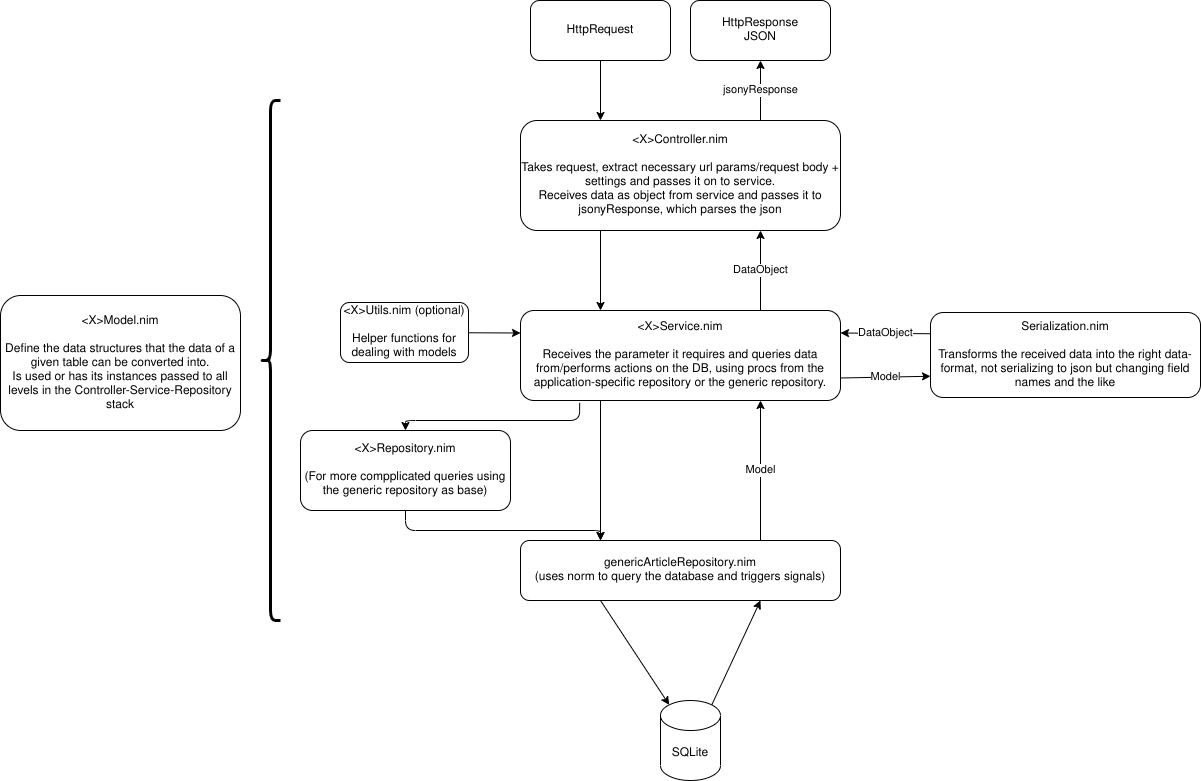
PhilippMDoerner/NimStoryFont keeps this draw.io diagram as architectureImages/generalRequestHandling.png. Above is the earlier version. Source tidied: cells renumbered, new cells last; positions are measured from the earlier drawing's top-left corner, leaving out a move shared by most shapes.
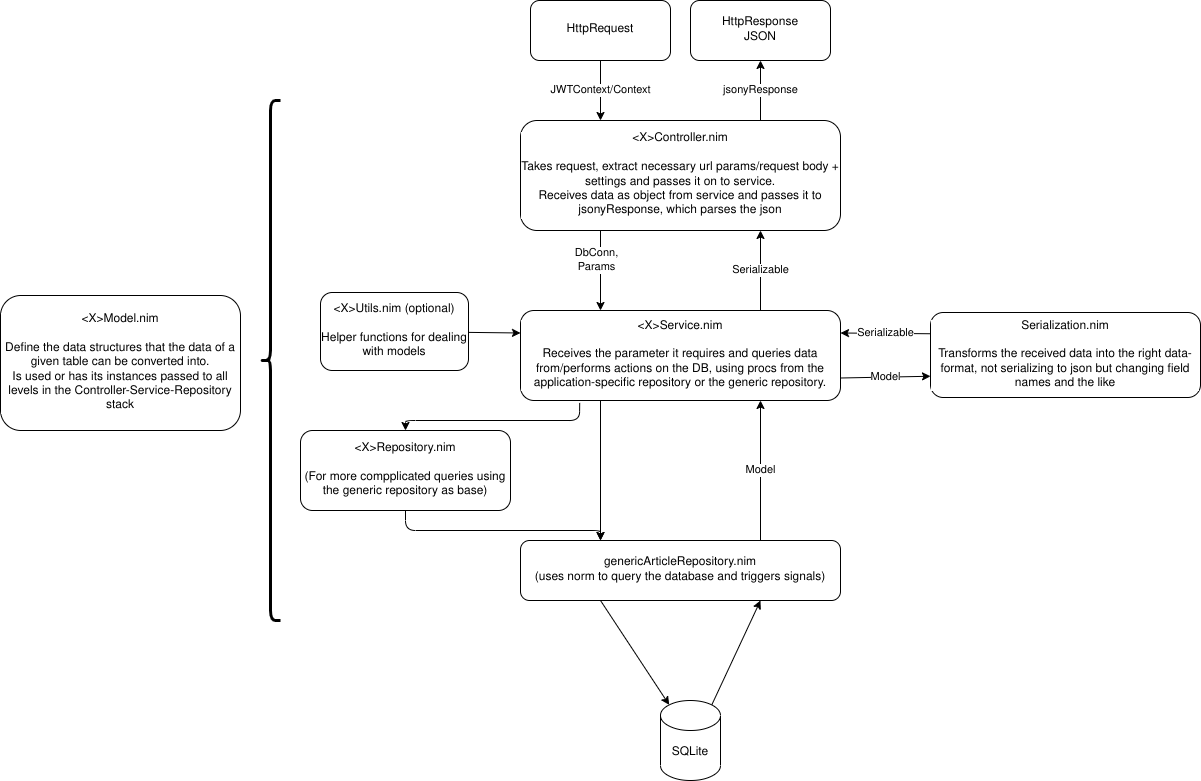
The same file after the commit.

Diff of the diagram source:
```diff
@@ -2,25 +2,28 @@
   <root>
     <mxCell id="0" />
     <mxCell id="1" parent="0" />
-    <mxCell id="2" style="edgeStyle=none;html=1;entryX=0.25;entryY=0;entryDx=0;entryDy=0;" parent="1" edge="1" source="3" target="7">
+    <mxCell id="2" value="JWTContext/Context" style="edgeStyle=none;html=1;entryX=0.25;entryY=0;entryDx=0;entryDy=0;labelBackgroundColor=default;" parent="1" edge="1" source="3" target="7">
       <mxGeometry relative="1" as="geometry" />
     </mxCell>
-    <mxCell id="3" value="HttpRequest" style="rounded=1;whiteSpace=wrap;html=1;" parent="1" vertex="1">
+    <mxCell id="3" value="HttpRequest" style="rounded=1;whiteSpace=wrap;html=1;labelBackgroundColor=default;" parent="1" vertex="1">
       <mxGeometry x="530" width="140" height="60" as="geometry" />
     </mxCell>
-    <mxCell id="4" value="HttpResponse&lt;br&gt;JSON" style="rounded=1;whiteSpace=wrap;html=1;" parent="1" vertex="1">
+    <mxCell id="4" value="HttpResponse&lt;br&gt;JSON" style="rounded=1;whiteSpace=wrap;html=1;labelBackgroundColor=default;" parent="1" vertex="1">
       <mxGeometry x="690" width="140" height="60" as="geometry" />
     </mxCell>
-    <mxCell id="5" value="jsonyResponse" style="edgeStyle=none;html=1;exitX=0.75;exitY=0;exitDx=0;exitDy=0;" parent="1" edge="1" source="7" target="4">
+    <mxCell id="5" value="jsonyResponse" style="edgeStyle=none;html=1;exitX=0.75;exitY=0;exitDx=0;exitDy=0;labelBackgroundColor=default;" parent="1" edge="1" source="7" target="4">
       <mxGeometry relative="1" as="geometry" />
     </mxCell>
-    <mxCell id="6" style="edgeStyle=none;html=1;exitX=0.25;exitY=1;exitDx=0;exitDy=0;entryX=0.25;entryY=0;entryDx=0;entryDy=0;" parent="1" edge="1" source="7" target="12">
+    <mxCell id="6" style="edgeStyle=none;html=1;exitX=0.25;exitY=1;exitDx=0;exitDy=0;entryX=0.25;entryY=0;entryDx=0;entryDy=0;labelBackgroundColor=default;" parent="1" edge="1" source="7" target="12">
       <mxGeometry relative="1" as="geometry" />
     </mxCell>
+    <mxCell id="26" value="DbConn,&lt;br&gt;Params" style="edgeLabel;html=1;align=center;verticalAlign=middle;labelBackgroundColor=default;" parent="6" vertex="1">
+      <mxGeometry x="-0.26" y="-4" relative="1" as="geometry" />
+    </mxCell>
-    <mxCell id="7" value="&amp;lt;X&amp;gt;Controller.nim&lt;br&gt;&lt;br&gt;Takes request, extract necessary url params/request body + settings and passes it on to service.&lt;br&gt;Receives data as object from service and passes it to jsonyResponse, which parses the json" style="rounded=1;whiteSpace=wrap;html=1;" parent="1" vertex="1">
+    <mxCell id="7" value="&amp;lt;X&amp;gt;Controller.nim&lt;br&gt;&lt;br&gt;Takes request, extract necessary url params/request body + settings and passes it on to service.&lt;br&gt;Receives data as object from service and passes it to jsonyResponse, which parses the json" style="rounded=1;whiteSpace=wrap;html=1;labelBackgroundColor=default;" parent="1" vertex="1">
       <mxGeometry x="520" y="120" width="320" height="110" as="geometry" />
     </mxCell>
-    <mxCell id="8" style="edgeStyle=none;html=1;exitX=0.185;exitY=1.027;exitDx=0;exitDy=0;entryX=0.5;entryY=0;entryDx=0;entryDy=0;exitPerimeter=0;" parent="1" edge="1" source="12" target="17">
+    <mxCell id="8" style="edgeStyle=none;html=1;exitX=0.185;exitY=1.027;exitDx=0;exitDy=0;entryX=0.5;entryY=0;entryDx=0;entryDy=0;exitPerimeter=0;labelBackgroundColor=default;" parent="1" edge="1" source="12" target="17">
       <mxGeometry relative="1" as="geometry">
         <Array as="points">
           <mxPoint x="579" y="420" />
@@ -28,30 +31,30 @@
         </Array>
       </mxGeometry>
     </mxCell>
-    <mxCell id="9" style="edgeStyle=none;html=1;exitX=0.25;exitY=1;exitDx=0;exitDy=0;" parent="1" edge="1" source="12">
+    <mxCell id="9" style="edgeStyle=none;html=1;exitX=0.25;exitY=1;exitDx=0;exitDy=0;labelBackgroundColor=default;" parent="1" edge="1" source="12">
       <mxGeometry relative="1" as="geometry">
         <mxPoint x="600" y="540" as="targetPoint" />
       </mxGeometry>
     </mxCell>
-    <mxCell id="10" value="DataObject" style="edgeStyle=none;html=1;exitX=0.75;exitY=0;exitDx=0;exitDy=0;entryX=0.75;entryY=1;entryDx=0;entryDy=0;" parent="1" edge="1" source="12" target="7">
+    <mxCell id="10" value="Serializable" style="edgeStyle=none;html=1;exitX=0.75;exitY=0;exitDx=0;exitDy=0;entryX=0.75;entryY=1;entryDx=0;entryDy=0;labelBackgroundColor=default;" parent="1" edge="1" source="12" target="7">
       <mxGeometry relative="1" as="geometry" />
     </mxCell>
-    <mxCell id="11" value="Model" style="edgeStyle=none;html=1;exitX=1;exitY=0.75;exitDx=0;exitDy=0;entryX=0;entryY=0.75;entryDx=0;entryDy=0;" parent="1" edge="1" source="12" target="25">
+    <mxCell id="11" value="Model" style="edgeStyle=none;html=1;exitX=1;exitY=0.75;exitDx=0;exitDy=0;entryX=0;entryY=0.75;entryDx=0;entryDy=0;labelBackgroundColor=default;" parent="1" edge="1" source="12" target="25">
       <mxGeometry relative="1" as="geometry" />
     </mxCell>
-    <mxCell id="12" value="&amp;lt;X&amp;gt;Service.nim&lt;br&gt;&lt;br&gt;Receives the parameter it requires and queries data from/performs actions on the DB, using procs from the application-specific repository or the generic repository." style="rounded=1;whiteSpace=wrap;html=1;" parent="1" vertex="1">
+    <mxCell id="12" value="&amp;lt;X&amp;gt;Service.nim&lt;br&gt;&lt;br&gt;Receives the parameter it requires and queries data from/performs actions on the DB, using procs from the application-specific repository or the generic repository." style="rounded=1;whiteSpace=wrap;html=1;labelBackgroundColor=default;" parent="1" vertex="1">
       <mxGeometry x="520" y="310" width="320" height="90" as="geometry" />
     </mxCell>
-    <mxCell id="13" value="Model" style="edgeStyle=none;html=1;exitX=0.75;exitY=0;exitDx=0;exitDy=0;entryX=0.75;entryY=1;entryDx=0;entryDy=0;" parent="1" edge="1" source="15" target="12">
+    <mxCell id="13" value="Model" style="edgeStyle=none;html=1;exitX=0.75;exitY=0;exitDx=0;exitDy=0;entryX=0.75;entryY=1;entryDx=0;entryDy=0;labelBackgroundColor=default;" parent="1" edge="1" source="15" target="12">
       <mxGeometry relative="1" as="geometry" />
     </mxCell>
-    <mxCell id="14" style="edgeStyle=none;html=1;exitX=0.25;exitY=1;exitDx=0;exitDy=0;entryX=0.145;entryY=0;entryDx=0;entryDy=4.35;entryPerimeter=0;" parent="1" edge="1" source="15" target="19">
+    <mxCell id="14" style="edgeStyle=none;html=1;exitX=0.25;exitY=1;exitDx=0;exitDy=0;entryX=0.145;entryY=0;entryDx=0;entryDy=4.35;entryPerimeter=0;labelBackgroundColor=default;" parent="1" edge="1" source="15" target="19">
       <mxGeometry relative="1" as="geometry" />
     </mxCell>
-    <mxCell id="15" value="genericArticleRepository.nim&lt;br&gt;(uses norm to query the database and triggers signals)" style="rounded=1;whiteSpace=wrap;html=1;" parent="1" vertex="1">
+    <mxCell id="15" value="genericArticleRepository.nim&lt;br&gt;(uses norm to query the database and triggers signals)" style="rounded=1;whiteSpace=wrap;html=1;labelBackgroundColor=default;" parent="1" vertex="1">
       <mxGeometry x="520" y="540" width="320" height="60" as="geometry" />
     </mxCell>
-    <mxCell id="16" style="edgeStyle=none;html=1;exitX=0.5;exitY=1;exitDx=0;exitDy=0;entryX=0.25;entryY=0;entryDx=0;entryDy=0;" parent="1" edge="1" source="17" target="15">
+    <mxCell id="16" style="edgeStyle=none;html=1;exitX=0.5;exitY=1;exitDx=0;exitDy=0;entryX=0.25;entryY=0;entryDx=0;entryDy=0;labelBackgroundColor=default;" parent="1" edge="1" source="17" target="15">
       <mxGeometry relative="1" as="geometry">
         <Array as="points">
           <mxPoint x="405" y="530" />
@@ -59,31 +62,31 @@
         </Array>
       </mxGeometry>
     </mxCell>
-    <mxCell id="17" value="&amp;lt;X&amp;gt;Repository.nim&lt;br&gt;&lt;br&gt;(For more compplicated queries using the generic repository as base)" style="rounded=1;whiteSpace=wrap;html=1;" parent="1" vertex="1">
+    <mxCell id="17" value="&amp;lt;X&amp;gt;Repository.nim&lt;br&gt;&lt;br&gt;(For more compplicated queries using the generic repository as base)" style="rounded=1;whiteSpace=wrap;html=1;labelBackgroundColor=default;" parent="1" vertex="1">
       <mxGeometry x="300" y="430" width="210" height="80" as="geometry" />
     </mxCell>
-    <mxCell id="18" style="edgeStyle=none;html=1;exitX=0.855;exitY=0;exitDx=0;exitDy=4.35;exitPerimeter=0;entryX=0.75;entryY=1;entryDx=0;entryDy=0;" parent="1" edge="1" source="19" target="15">
+    <mxCell id="18" style="edgeStyle=none;html=1;exitX=0.855;exitY=0;exitDx=0;exitDy=4.35;exitPerimeter=0;entryX=0.75;entryY=1;entryDx=0;entryDy=0;labelBackgroundColor=default;" parent="1" edge="1" source="19" target="15">
       <mxGeometry relative="1" as="geometry" />
     </mxCell>
-    <mxCell id="19" value="SQLite" style="shape=cylinder3;whiteSpace=wrap;html=1;boundedLbl=1;backgroundOutline=1;size=15;" parent="1" vertex="1">
+    <mxCell id="19" value="SQLite" style="shape=cylinder3;whiteSpace=wrap;html=1;boundedLbl=1;backgroundOutline=1;size=15;labelBackgroundColor=default;" parent="1" vertex="1">
       <mxGeometry x="660" y="700" width="60" height="80" as="geometry" />
     </mxCell>
-    <mxCell id="20" style="edgeStyle=none;html=1;entryX=0;entryY=0.25;entryDx=0;entryDy=0;" parent="1" edge="1" source="21" target="12">
+    <mxCell id="20" style="edgeStyle=none;html=1;entryX=0;entryY=0.25;entryDx=0;entryDy=0;labelBackgroundColor=default;" parent="1" edge="1" source="21" target="12">
       <mxGeometry relative="1" as="geometry" />
     </mxCell>
-    <mxCell id="21" value="&amp;lt;X&amp;gt;Utils.nim (optional)&lt;br&gt;&lt;br&gt;Helper functions for dealing with models" style="rounded=1;whiteSpace=wrap;html=1;" parent="1" vertex="1">
-      <mxGeometry x="340" y="302" width="128" height="60" as="geometry" />
+    <mxCell id="21" value="&amp;lt;X&amp;gt;Utils.nim (optional)&lt;br&gt;&lt;br&gt;Helper functions for dealing with models" style="rounded=1;whiteSpace=wrap;html=1;labelBackgroundColor=default;" parent="1" vertex="1">
+      <mxGeometry x="320" y="292" width="148" height="78" as="geometry" />
     </mxCell>
-    <mxCell id="22" value="&amp;lt;X&amp;gt;Model.nim&lt;br&gt;&lt;br&gt;Define the data structures that the data of a given table can be converted into.&lt;br&gt;Is used or has its instances passed to all levels in the Controller-Service-Repository stack" style="rounded=1;whiteSpace=wrap;html=1;" parent="1" vertex="1">
+    <mxCell id="22" value="&amp;lt;X&amp;gt;Model.nim&lt;br&gt;&lt;br&gt;Define the data structures that the data of a given table can be converted into.&lt;br&gt;Is used or has its instances passed to all levels in the Controller-Service-Repository stack" style="rounded=1;whiteSpace=wrap;html=1;labelBackgroundColor=default;" parent="1" vertex="1">
       <mxGeometry y="295" width="240" height="135" as="geometry" />
     </mxCell>
-    <mxCell id="23" style="shape=curlyBracket;whiteSpace=wrap;html=1;rounded=1;strokeWidth=3;" parent="1" vertex="1">
+    <mxCell id="23" style="shape=curlyBracket;whiteSpace=wrap;html=1;rounded=1;strokeWidth=3;labelBackgroundColor=default;" parent="1" vertex="1">
       <mxGeometry x="260" y="100" width="20" height="520" as="geometry" />
     </mxCell>
-    <mxCell id="24" value="DataObject" style="edgeStyle=none;html=1;exitX=0;exitY=0.25;exitDx=0;exitDy=0;entryX=1;entryY=0.25;entryDx=0;entryDy=0;" parent="1" edge="1" source="25" target="12">
+    <mxCell id="24" value="Serializable" style="edgeStyle=none;html=1;exitX=0;exitY=0.25;exitDx=0;exitDy=0;entryX=1;entryY=0.25;entryDx=0;entryDy=0;labelBackgroundColor=default;" parent="1" edge="1" source="25" target="12">
       <mxGeometry relative="1" as="geometry" />
     </mxCell>
-    <mxCell id="25" value="Serialization.nim&lt;br&gt;&lt;br&gt;Transforms the received data into the right data-format, not serializing to json but changing field names and the like" style="rounded=1;whiteSpace=wrap;html=1;" parent="1" vertex="1">
+    <mxCell id="25" value="Serialization.nim&lt;br&gt;&lt;br&gt;Transforms the received data into the right data-format, not serializing to json but changing field names and the like" style="rounded=1;whiteSpace=wrap;html=1;labelBackgroundColor=default;" parent="1" vertex="1">
       <mxGeometry x="930" y="312" width="270" height="85" as="geometry" />
     </mxCell>
   </root>
```
